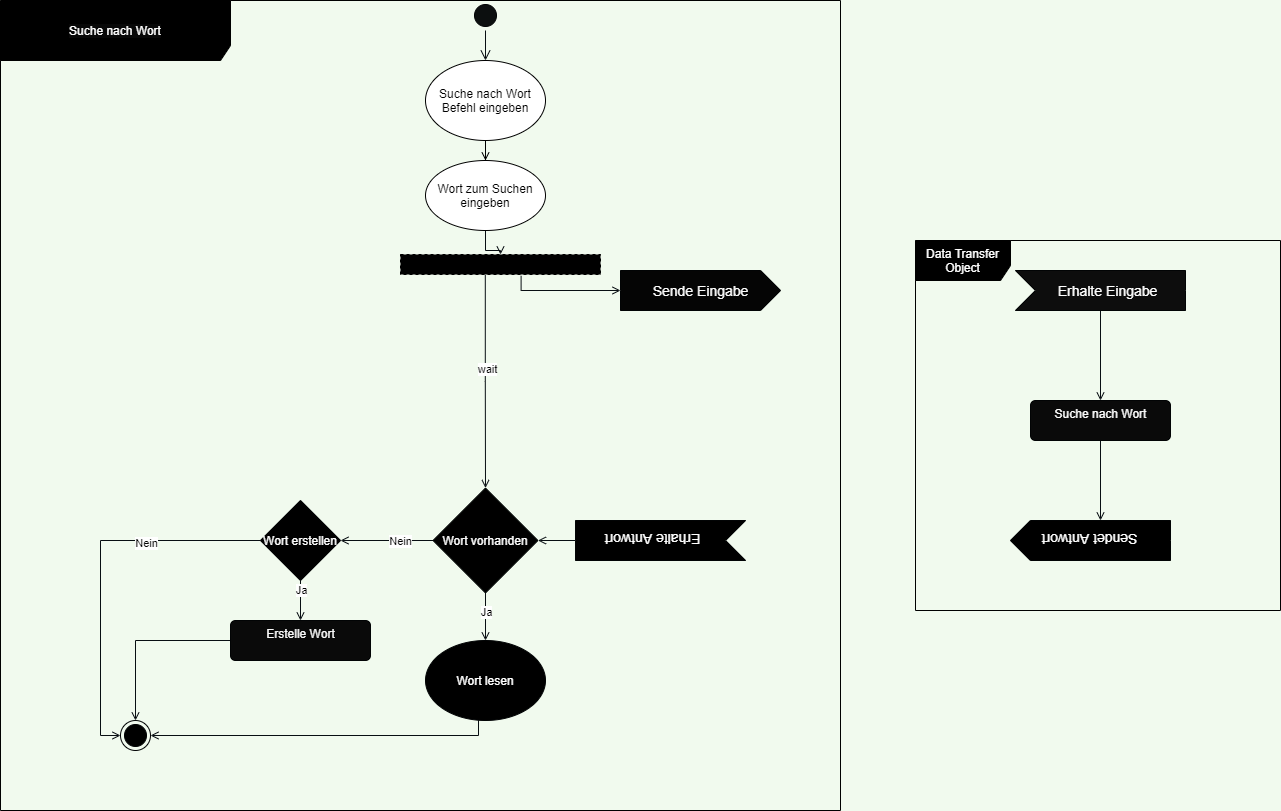
Before: Diagramme-Aktivitätsdiagramm.png, a diagram exported from draw.io (NickHaecker/TranslationMemory). Source tidied: cells renumbered, new cells last; positions are measured from the earlier drawing's top-left corner, leaving out a move shared by most shapes.
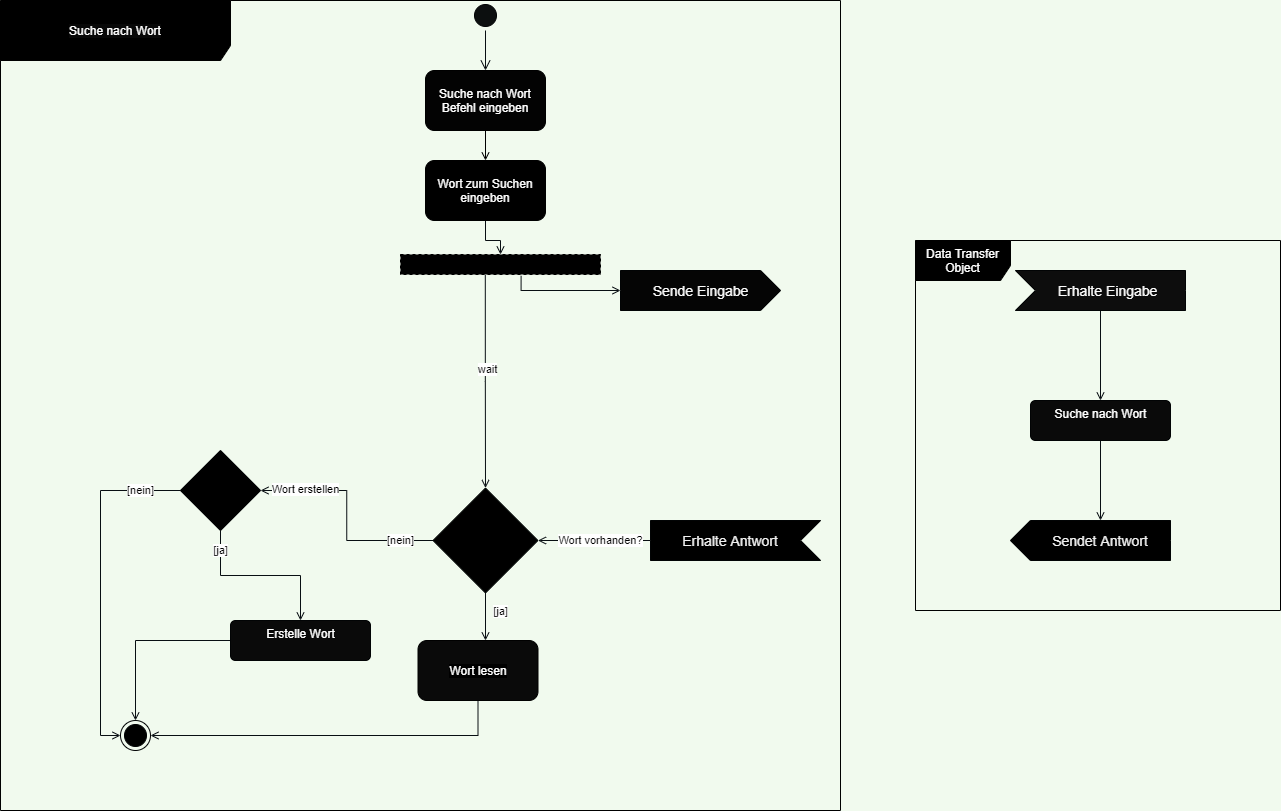
The same file after the commit.

The edit, as a diff of the source:
```diff
@@ -14,12 +14,11 @@
     <mxCell id="5" style="ellipse;html=1;shape=endState;fontColor=#1D3557;strokeColor=#020405;fillColor=#000000;" parent="1" vertex="1">
       <mxGeometry x="120" y="720" width="30" height="30" as="geometry" />
     </mxCell>
-    <mxCell id="6" style="edgeStyle=orthogonalEdgeStyle;rounded=0;jettySize=auto;html=1;endArrow=open;endFill=0;strokeColor=#000000;" parent="1" edge="1" source="7" target="10">
-      <mxGeometry relative="1" as="geometry" />
+    <mxCell id="6" style="edgeStyle=orthogonalEdgeStyle;rounded=0;jettySize=auto;html=1;endArrow=open;endFill=0;strokeColor=#000000;exitX=0.5;exitY=1;exitDx=0;exitDy=0;" parent="1" edge="1" source="7">
+      <mxGeometry relative="1" as="geometry">
+        <mxPoint x="485" y="160" as="targetPoint" />
+      </mxGeometry>
     </mxCell>
-    <mxCell id="7" value="Suche nach Wort Befehl eingeben" style="ellipse;whiteSpace=wrap;html=1;" parent="1" vertex="1">
-      <mxGeometry x="425" y="60" width="120" height="80" as="geometry" />
-    </mxCell>
     <mxCell id="8" style="edgeStyle=orthogonalEdgeStyle;rounded=0;jettySize=auto;html=1;entryX=0;entryY=0;entryDx=0;entryDy=20;entryPerimeter=0;endArrow=open;endFill=0;strokeColor=#080E12;exitX=0.603;exitY=1.067;exitDx=0;exitDy=0;exitPerimeter=0;" parent="1" edge="1" source="36" target="11">
       <mxGeometry relative="1" as="geometry">
         <Array as="points">
@@ -27,13 +26,10 @@
         </Array>
       </mxGeometry>
     </mxCell>
-    <mxCell id="9" style="edgeStyle=orthogonalEdgeStyle;rounded=0;jettySize=auto;html=1;endArrow=open;endFill=0;strokeColor=#080E12;" parent="1" edge="1" source="10" target="36">
+    <mxCell id="9" style="edgeStyle=orthogonalEdgeStyle;rounded=0;jettySize=auto;html=1;endArrow=open;endFill=0;strokeColor=#080E12;exitX=0.5;exitY=1;exitDx=0;exitDy=0;" parent="1" edge="1" source="10" target="36">
       <mxGeometry relative="1" as="geometry" />
     </mxCell>
-    <mxCell id="10" value="Wort zum Suchen eingeben" style="ellipse;whiteSpace=wrap;html=1;" parent="1" vertex="1">
-      <mxGeometry x="425" y="160" width="120" height="70" as="geometry" />
-    </mxCell>
-    <mxCell id="11" value="&lt;font color=&quot;#fcfcfc&quot;&gt;Sende Eingabe&lt;/font&gt;" style="html=1;shape=mxgraph.infographic.ribbonSimple;notch1=0;notch2=20;align=center;verticalAlign=middle;fontSize=14;fontStyle=0;strokeColor=#020405;fillColor=#050505;" parent="1" vertex="1">
+    <mxCell id="11" value="&lt;font color=&quot;#fafafa&quot;&gt;Sende Eingabe&lt;/font&gt;" style="html=1;shape=mxgraph.infographic.ribbonSimple;notch1=0;notch2=20;align=center;verticalAlign=middle;fontSize=14;fontStyle=0;strokeColor=#020405;fillColor=#050505;" parent="1" vertex="1">
       <mxGeometry x="620" y="270" width="160" height="40" as="geometry" />
     </mxCell>
     <mxCell id="12" value="&lt;font color=&quot;#ffffff&quot; style=&quot;background-color: rgb(0 , 0 , 0)&quot;&gt;Data Transfer Object&lt;/font&gt;" style="shape=umlFrame;whiteSpace=wrap;html=1;width=95;height=40;strokeWidth=1;fontColor=#1D3557;fillColor=#000000;strokeColor=#000000;" parent="1" vertex="1">
@@ -42,70 +38,83 @@
     <mxCell id="13" style="edgeStyle=orthogonalEdgeStyle;rounded=0;jettySize=auto;html=1;endArrow=open;endFill=0;strokeColor=#080E12;entryX=0.5;entryY=0;entryDx=0;entryDy=0;" parent="1" edge="1" source="14" target="31">
       <mxGeometry relative="1" as="geometry" />
     </mxCell>
-    <mxCell id="14" value="&lt;font color=&quot;#ffffff&quot;&gt;Erhalte Eingabe&lt;/font&gt;" style="html=1;shape=mxgraph.infographic.ribbonSimple;notch1=20;notch2=0;align=center;verticalAlign=middle;fontSize=14;fontStyle=0;flipH=0;spacingRight=0;spacingLeft=14;strokeColor=#020405;fillColor=#0D0D0D;" parent="1" vertex="1">
+    <mxCell id="14" value="&lt;font color=&quot;#fcfcfc&quot;&gt;Erhalte Eingabe&lt;/font&gt;" style="html=1;shape=mxgraph.infographic.ribbonSimple;notch1=20;notch2=0;align=center;verticalAlign=middle;fontSize=14;fontStyle=0;flipH=0;spacingRight=0;spacingLeft=14;strokeColor=#020405;fillColor=#0D0D0D;" parent="1" vertex="1">
       <mxGeometry x="1015" y="270" width="170" height="40" as="geometry" />
     </mxCell>
     <mxCell id="15" style="edgeStyle=orthogonalEdgeStyle;rounded=0;jettySize=auto;html=1;entryX=0;entryY=0;entryDx=70;entryDy=40;entryPerimeter=0;endArrow=open;endFill=0;strokeColor=#080E12;" parent="1" edge="1" source="31" target="16">
       <mxGeometry relative="1" as="geometry" />
     </mxCell>
-    <mxCell id="16" value="&lt;font color=&quot;#ffffff&quot;&gt;Sendet Antwort&lt;/font&gt;" style="html=1;shape=mxgraph.infographic.ribbonSimple;notch1=0;notch2=20;align=center;verticalAlign=middle;fontSize=14;fontStyle=0;strokeColor=#020405;rotation=-180;fillColor=#000000;" parent="1" vertex="1">
+    <mxCell id="16" style="html=1;shape=mxgraph.infographic.ribbonSimple;notch1=0;notch2=20;align=center;verticalAlign=middle;fontSize=14;fontStyle=0;strokeColor=#020405;rotation=-180;fillColor=#000000;" parent="1" vertex="1">
       <mxGeometry x="1010" y="520" width="160" height="40" as="geometry" />
     </mxCell>
     <mxCell id="17" style="edgeStyle=orthogonalEdgeStyle;rounded=0;jettySize=auto;html=1;endArrow=open;endFill=0;strokeColor=#080E12;exitX=1;exitY=0.5;exitDx=0;exitDy=0;exitPerimeter=0;" parent="1" edge="1" source="18" target="23">
       <mxGeometry relative="1" as="geometry" />
     </mxCell>
+    <mxCell id="37" value="Wort vorhanden?" style="edgeLabel;html=1;align=center;verticalAlign=middle;" parent="17" vertex="1">
+      <mxGeometry x="0.17" y="1" relative="1" as="geometry">
+        <mxPoint x="15.7" y="-1" as="offset" />
+      </mxGeometry>
+    </mxCell>
-    <mxCell id="18" value="&lt;font color=&quot;#ffffff&quot;&gt;Erhalte Antwort&lt;/font&gt;" style="html=1;shape=mxgraph.infographic.ribbonSimple;notch1=20;notch2=0;align=center;verticalAlign=middle;fontSize=14;fontStyle=0;flipH=0;spacingRight=0;spacingLeft=14;strokeColor=#020405;fillColor=#000000;rotation=-180;" parent="1" vertex="1">
-      <mxGeometry x="575" y="520" width="170" height="40" as="geometry" />
+    <mxCell id="18" style="html=1;shape=mxgraph.infographic.ribbonSimple;notch1=20;notch2=0;align=center;verticalAlign=middle;fontSize=14;fontStyle=0;flipH=0;spacingRight=0;spacingLeft=14;strokeColor=#020405;fillColor=#000000;rotation=-180;direction=east;" parent="1" vertex="1">
+      <mxGeometry x="650" y="520" width="170" height="40" as="geometry" />
     </mxCell>
-    <mxCell id="19" style="edgeStyle=orthogonalEdgeStyle;rounded=0;jettySize=auto;html=1;endArrow=open;endFill=0;strokeColor=#080E12;" parent="1" edge="1" source="23" target="25">
-      <mxGeometry relative="1" as="geometry" />
+    <mxCell id="19" style="edgeStyle=orthogonalEdgeStyle;rounded=0;jettySize=auto;html=1;endArrow=open;endFill=0;strokeColor=#080E12;" parent="1" edge="1" source="23">
+      <mxGeometry relative="1" as="geometry">
+        <mxPoint x="485" y="640" as="targetPoint" />
+      </mxGeometry>
     </mxCell>
-    <mxCell id="20" value="Ja" style="edgeLabel;html=1;align=center;verticalAlign=middle;" parent="19" vertex="1">
-      <mxGeometry x="-0.21" relative="1" as="geometry" />
+    <mxCell id="20" value="[ja]" style="edgeLabel;html=1;align=center;verticalAlign=middle;" parent="19" vertex="1">
+      <mxGeometry x="-0.21" relative="1" as="geometry">
+        <mxPoint x="15" y="-1.1" as="offset" />
+      </mxGeometry>
     </mxCell>
     <mxCell id="21" style="edgeStyle=orthogonalEdgeStyle;rounded=0;jettySize=auto;html=1;entryX=1;entryY=0.5;entryDx=0;entryDy=0;endArrow=open;endFill=0;strokeColor=#080E12;" parent="1" edge="1" source="23" target="30">
       <mxGeometry relative="1" as="geometry" />
     </mxCell>
-    <mxCell id="22" value="Nein" style="edgeLabel;html=1;align=center;verticalAlign=middle;" parent="21" vertex="1">
-      <mxGeometry x="-0.29" relative="1" as="geometry" />
+    <mxCell id="22" value="[nein]" style="edgeLabel;html=1;align=center;verticalAlign=middle;" parent="21" vertex="1">
+      <mxGeometry x="-0.29" relative="1" as="geometry">
+        <mxPoint x="46.1" as="offset" />
+      </mxGeometry>
     </mxCell>
+    <mxCell id="38" value="Wort erstellen" style="edgeLabel;html=1;align=center;verticalAlign=middle;" parent="21" vertex="1">
+      <mxGeometry x="0.6" y="-1" relative="1" as="geometry" />
+    </mxCell>
-    <mxCell id="23" value="Wort vorhanden" style="rhombus;strokeColor=#020405;fillColor=#000000;fontColor=#FCFCFC;" parent="1" vertex="1">
+    <mxCell id="23" style="rhombus;strokeColor=#020405;fillColor=#000000;" parent="1" vertex="1">
       <mxGeometry x="432.5" y="487.5" width="105" height="105" as="geometry" />
     </mxCell>
-    <mxCell id="24" style="edgeStyle=orthogonalEdgeStyle;rounded=0;jettySize=auto;html=1;endArrow=open;endFill=0;strokeColor=#080E12;" parent="1" edge="1" source="25" target="5">
+    <mxCell id="24" style="edgeStyle=orthogonalEdgeStyle;rounded=0;jettySize=auto;html=1;endArrow=open;endFill=0;strokeColor=#080E12;exitX=0.5;exitY=1;exitDx=0;exitDy=0;" parent="1" edge="1" source="25" target="5">
       <mxGeometry relative="1" as="geometry">
         <Array as="points">
           <mxPoint x="478" y="735" />
         </Array>
       </mxGeometry>
     </mxCell>
-    <mxCell id="25" value="&lt;font color=&quot;#ffffff&quot;&gt;Wort lesen&lt;/font&gt;" style="ellipse;whiteSpace=wrap;html=1;strokeColor=#020405;fillColor=#000000;" parent="1" vertex="1">
-      <mxGeometry x="425" y="640" width="120" height="80" as="geometry" />
-    </mxCell>
     <mxCell id="26" style="edgeStyle=orthogonalEdgeStyle;rounded=0;jettySize=auto;html=1;endArrow=open;endFill=0;strokeColor=#080E12;" parent="1" edge="1" source="30" target="33">
       <mxGeometry relative="1" as="geometry" />
     </mxCell>
-    <mxCell id="27" value="Ja" style="edgeLabel;html=1;align=center;verticalAlign=middle;" parent="26" vertex="1">
+    <mxCell id="27" value="[ja]" style="edgeLabel;html=1;align=center;verticalAlign=middle;" parent="26" vertex="1">
       <mxGeometry x="0.16" relative="1" as="geometry">
-        <mxPoint y="-13.2" as="offset" />
+        <mxPoint x="-53.7" y="-25" as="offset" />
       </mxGeometry>
     </mxCell>
     <mxCell id="28" style="edgeStyle=orthogonalEdgeStyle;rounded=0;jettySize=auto;html=1;entryX=0;entryY=0.5;entryDx=0;entryDy=0;endArrow=open;endFill=0;strokeColor=#080E12;" parent="1" edge="1" source="30" target="5">
       <mxGeometry relative="1" as="geometry" />
     </mxCell>
-    <mxCell id="29" value="Nein" style="edgeLabel;html=1;align=center;verticalAlign=middle;" parent="28" vertex="1">
-      <mxGeometry x="-0.39" y="2" relative="1" as="geometry" />
+    <mxCell id="29" value="[nein]" style="edgeLabel;html=1;align=center;verticalAlign=middle;" parent="28" vertex="1">
+      <mxGeometry x="-0.39" y="2" relative="1" as="geometry">
+        <mxPoint x="38" y="-26" as="offset" />
+      </mxGeometry>
     </mxCell>
-    <mxCell id="30" value="&lt;font color=&quot;#ffffff&quot;&gt;Wort erstellen&lt;/font&gt;" style="rhombus;whiteSpace=wrap;html=1;strokeColor=#020405;fillColor=#000000;" parent="1" vertex="1">
-      <mxGeometry x="260" y="500" width="80" height="80" as="geometry" />
+    <mxCell id="30" style="rhombus;whiteSpace=wrap;html=1;strokeColor=#020405;fillColor=#000000;" parent="1" vertex="1">
+      <mxGeometry x="180" y="450" width="80" height="80" as="geometry" />
     </mxCell>
-    <mxCell id="31" value="&lt;font color=&quot;#fafafa&quot;&gt;Suche nach Wort&lt;/font&gt;" style="html=1;align=center;verticalAlign=top;rounded=1;absoluteArcSize=1;arcSize=10;dashed=0;strokeColor=#020405;fillColor=#0A0A0A;" parent="1" vertex="1">
+    <mxCell id="31" value="&lt;font color=&quot;#ffffff&quot;&gt;Suche nach Wort&lt;/font&gt;" style="html=1;align=center;verticalAlign=top;rounded=1;absoluteArcSize=1;arcSize=10;dashed=0;strokeColor=#020405;fillColor=#0A0A0A;" parent="1" vertex="1">
       <mxGeometry x="1030" y="400" width="140" height="40" as="geometry" />
     </mxCell>
     <mxCell id="32" style="edgeStyle=orthogonalEdgeStyle;rounded=0;jettySize=auto;html=1;endArrow=open;endFill=0;strokeColor=#080E12;" parent="1" edge="1" source="33" target="5">
       <mxGeometry relative="1" as="geometry" />
     </mxCell>
-    <mxCell id="33" value="&lt;font color=&quot;#f7f7f7&quot;&gt;Erstelle Wort&lt;/font&gt;" style="html=1;align=center;verticalAlign=top;rounded=1;absoluteArcSize=1;arcSize=10;dashed=0;strokeColor=#020405;fillColor=#0A0A0A;" parent="1" vertex="1">
+    <mxCell id="33" value="&lt;font color=&quot;#ffffff&quot;&gt;Erstelle Wort&lt;/font&gt;" style="html=1;align=center;verticalAlign=top;rounded=1;absoluteArcSize=1;arcSize=10;dashed=0;strokeColor=#020405;fillColor=#0A0A0A;" parent="1" vertex="1">
       <mxGeometry x="230" y="620" width="140" height="40" as="geometry" />
     </mxCell>
     <mxCell id="34" style="edgeStyle=orthogonalEdgeStyle;rounded=0;jettySize=auto;html=1;entryX=0.5;entryY=0;entryDx=0;entryDy=0;endArrow=open;endFill=0;strokeColor=#080E12;exitX=0.424;exitY=1.025;exitDx=0;exitDy=0;exitPerimeter=0;" parent="1" edge="1" source="36" target="23">
@@ -117,5 +126,20 @@
     <mxCell id="36" style="shape=partialRectangle;html=1;top=1;align=left;dashed=1;strokeColor=#000000;fillColor=#000000;" parent="1" vertex="1">
       <mxGeometry x="400" y="254" width="200" height="20" as="geometry" />
     </mxCell>
+    <mxCell id="7" value="&lt;span&gt;&lt;font color=&quot;#ffffff&quot;&gt;Suche nach Wort Befehl eingeben&lt;/font&gt;&lt;/span&gt;" style="rounded=1;whiteSpace=wrap;html=1;fillColor=#030303;" parent="1" vertex="1">
+      <mxGeometry x="425" y="70" width="120" height="60" as="geometry" />
+    </mxCell>
+    <mxCell id="10" value="&lt;span&gt;&lt;font color=&quot;#fcfcfc&quot;&gt;Wort zum Suchen eingeben&lt;/font&gt;&lt;/span&gt;" style="rounded=1;whiteSpace=wrap;html=1;fillColor=#000000;" parent="1" vertex="1">
+      <mxGeometry x="425" y="160" width="120" height="60" as="geometry" />
+    </mxCell>
+    <mxCell id="39" value="&#10;&#10;&lt;span style=&quot;color: rgb(240, 240, 240); font-family: helvetica; font-size: 14px; font-style: normal; font-weight: 400; letter-spacing: normal; text-align: center; text-indent: 0px; text-transform: none; word-spacing: 0px; background-color: rgb(0, 0, 0); display: inline; float: none;&quot;&gt;Erhalte Antwort&lt;/span&gt;&#10;&#10;" style="text;html=1;strokeColor=none;fillColor=none;align=center;verticalAlign=middle;whiteSpace=wrap;rounded=0;" parent="1" vertex="1">
+      <mxGeometry x="670" y="530" width="120" height="20" as="geometry" />
+    </mxCell>
+    <mxCell id="40" value="&#10;&#10;&lt;span style=&quot;color: rgb(240, 240, 240); font-family: helvetica; font-size: 14px; font-style: normal; font-weight: 400; letter-spacing: normal; text-align: center; text-indent: 0px; text-transform: none; word-spacing: 0px; background-color: rgb(0, 0, 0); display: inline; float: none;&quot;&gt;Sendet Antwort&lt;/span&gt;&#10;&#10;" style="text;html=1;strokeColor=none;fillColor=none;align=center;verticalAlign=middle;whiteSpace=wrap;rounded=0;" parent="1" vertex="1">
+      <mxGeometry x="1040" y="530" width="120" height="20" as="geometry" />
+    </mxCell>
+    <mxCell id="25" value="&lt;span style=&quot;background-color: rgb(0 , 0 , 0)&quot;&gt;&lt;font color=&quot;#ffffff&quot;&gt;Wort lesen&lt;/font&gt;&lt;/span&gt;" style="rounded=1;whiteSpace=wrap;html=1;fillColor=#0A0A0A;" parent="1" vertex="1">
+      <mxGeometry x="417.5" y="640" width="120" height="60" as="geometry" />
+    </mxCell>
   </root>
 </mxGraphModel>
```
